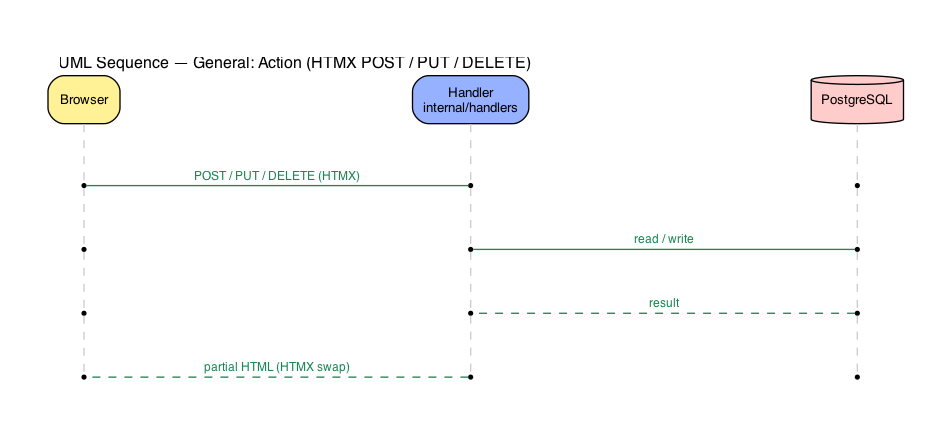
Before: docs/flow_general_action.png, a diagram exported from Graphviz (CFF4HA/Dashboard). Its source is kept beside it as docs/flow_general_action.dot.
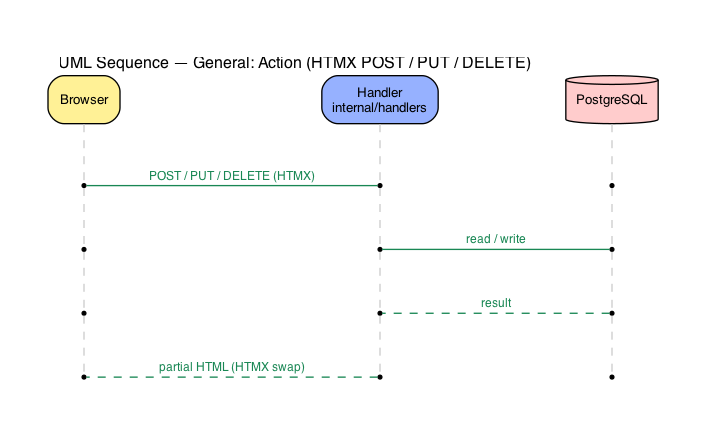
Above is the later version.

Diff of the diagram source:
```diff
@@ -4,8 +4,8 @@
     label="UML Sequence — General: Action (HTMX POST / PUT / DELETE)",
     labelloc=t, labeljust=l,
     fontname="Helvetica", fontsize=12,
-    nodesep=2.0, ranksep=0.6,
-    splines=polyline, pad=0.5
+    nodesep=1.2, ranksep=0.6,
+    splines=line, pad=0.5
   ]
   node [fontname="Helvetica", fontsize=10, height=0.5]
   edge [fontname="Helvetica", fontsize=9, arrowsize=0.75]
@@ -29,8 +29,8 @@
   { rank=same; b3; h3; d3 }
 
   edge [constraint=false, fontsize=9]
-  b0 -> h0 [label="  POST / PUT / DELETE (HTMX)  ", style=solid,  color="#198754", fontcolor="#198754"]
-  h1 -> d1 [label="  read / write  ",               style=solid,  color="#198754", fontcolor="#198754"]
-  d2 -> h2 [label="  result  ",                      style=dashed, color="#198754", fontcolor="#198754"]
-  h3 -> b3 [label="  partial HTML (HTMX swap)  ",   style=dashed, color="#198754", fontcolor="#198754"]
+  b0 -> h0 [label="  POST / PUT / DELETE (HTMX)  \n", style=solid,  color="#198754", fontcolor="#198754"]
+  h1 -> d1 [label="  read / write  \n",               style=solid,  color="#198754", fontcolor="#198754"]
+  d2 -> h2 [label="  result  \n",                      style=dashed, color="#198754", fontcolor="#198754"]
+  h3 -> b3 [label="  partial HTML (HTMX swap)  \n",   style=dashed, color="#198754", fontcolor="#198754"]
 }
```
